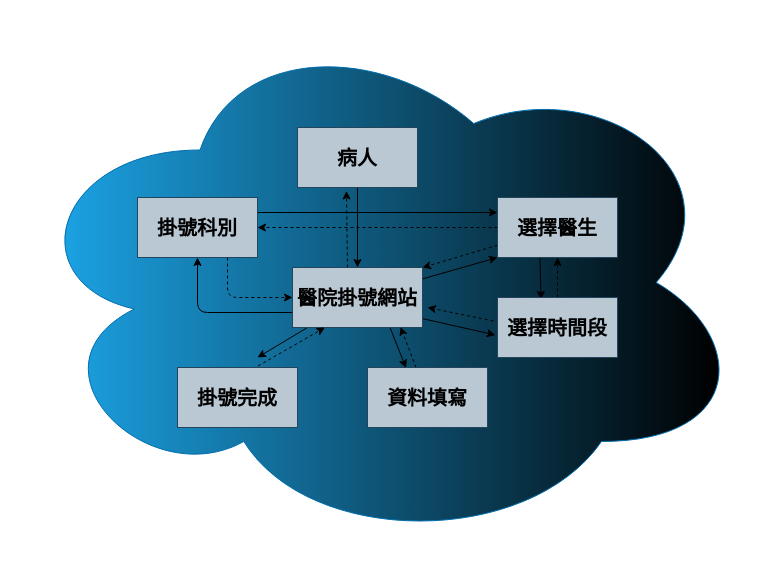
Earlier version of the draw.io diagram answer1.drawio (jijinjl/112-2HW2). Source tidied: cells renumbered, new cells numbered last; positions are measured from the earlier drawing's top-left corner, leaving out a move shared by most shapes. Both pictures are drawn from the tidied source at 100%, with x=0, y=0 at pixel (17, 17).
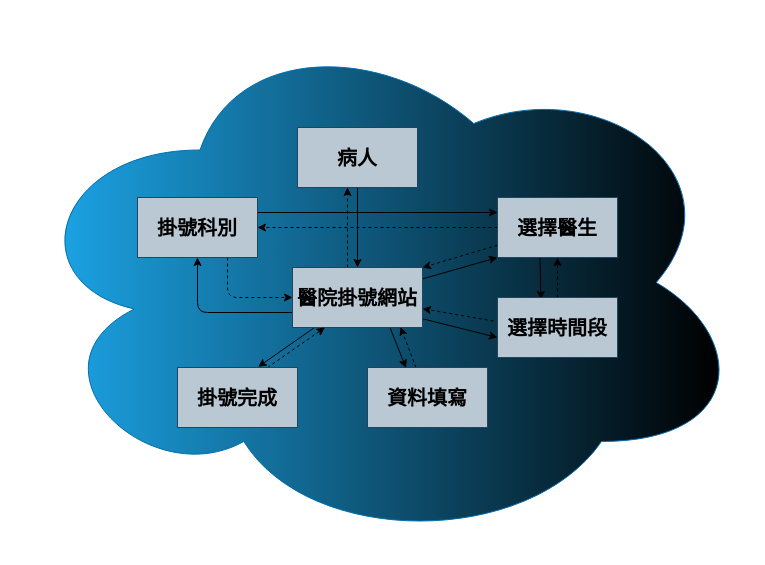
The same page after the edit.

Unchanged cells that the change refers to:
```xml
<mxCell id="4" value="&lt;b&gt;&lt;font color=&quot;#000000&quot; style=&quot;font-size: 20px;&quot;&gt;病人&lt;/font&gt;&lt;/b&gt;" style="rounded=0;whiteSpace=wrap;html=1;gradientDirection=east;fillColor=#bac8d3;strokeColor=#23445d;" parent="1" vertex="1">
  <mxGeometry x="280" y="110" width="120" height="60" as="geometry" />
</mxCell>
<mxCell id="14" value="&lt;b&gt;&lt;font color=&quot;#000000&quot; style=&quot;font-size: 20px;&quot;&gt;選擇時間段&lt;/font&gt;&lt;/b&gt;" style="rounded=0;whiteSpace=wrap;html=1;gradientDirection=east;fillColor=#bac8d3;strokeColor=#23445d;" parent="1" vertex="1">
  <mxGeometry x="480" y="280" width="120" height="60" as="geometry" />
</mxCell>
<mxCell id="21" value="&lt;b&gt;&lt;font color=&quot;#000000&quot; style=&quot;font-size: 20px;&quot;&gt;醫院掛號網站&lt;/font&gt;&lt;/b&gt;" style="rounded=0;whiteSpace=wrap;html=1;gradientDirection=east;fillColor=#bac8d3;strokeColor=#23445d;" parent="1" vertex="1">
  <mxGeometry x="275" y="250" width="130" height="60" as="geometry" />
</mxCell>
<mxCell id="23" value="&lt;b&gt;&lt;font color=&quot;#000000&quot; style=&quot;font-size: 20px;&quot;&gt;掛號完成&lt;/font&gt;&lt;/b&gt;" style="rounded=0;whiteSpace=wrap;html=1;gradientDirection=east;fillColor=#bac8d3;strokeColor=#23445d;" parent="1" vertex="1">
  <mxGeometry x="160" y="350" width="120" height="60" as="geometry" />
</mxCell>
```

The edit, as a diff of the source:
```diff
@@
-    <mxCell id="13" style="edgeStyle=none;html=1;fontSize=20;fontColor=#000000;exitX=-0.033;exitY=0.392;exitDx=0;exitDy=0;exitPerimeter=0;dashed=1;" parent="1" edge="1" source="14">
-      <mxGeometry relative="1" as="geometry">
-        <mxPoint x="410" y="290" as="targetPoint" />
-      </mxGeometry>
+    <mxCell id="13" style="edgeStyle=none;html=1;fontSize=20;fontColor=#000000;exitX=-0.033;exitY=0.392;exitDx=0;exitDy=0;exitPerimeter=0;dashed=1;" parent="1" edge="1" source="14" target="21">
+      <mxGeometry relative="1" as="geometry" />
     </mxCell>
@@
-    <mxCell id="15" style="edgeStyle=none;html=1;entryX=0.408;entryY=1.058;entryDx=0;entryDy=0;fontSize=20;fontColor=#000000;entryPerimeter=0;dashed=1;" parent="1" edge="1" target="4">
+    <mxCell id="15" style="edgeStyle=none;html=1;fontSize=20;fontColor=#000000;dashed=1;" parent="1" edge="1">
       <mxGeometry relative="1" as="geometry">
         <mxPoint x="330" y="250" as="sourcePoint" />
+        <mxPoint x="330" y="170" as="targetPoint" />
       </mxGeometry>
     </mxCell>
-    <mxCell id="16" style="edgeStyle=none;html=1;entryX=-0.017;entryY=0.625;entryDx=0;entryDy=0;fontSize=20;fontColor=#000000;entryPerimeter=0;" parent="1" edge="1" target="14">
+    <mxCell id="16" style="edgeStyle=none;html=1;fontSize=20;fontColor=#000000;" parent="1" edge="1">
       <mxGeometry relative="1" as="geometry">
         <mxPoint x="400" y="300" as="sourcePoint" />
+        <mxPoint x="480" y="320" as="targetPoint" />
       </mxGeometry>
     </mxCell>
@@
-    <mxCell id="20" style="edgeStyle=none;html=1;fontSize=20;fontColor=#000000;" parent="1" edge="1" source="21">
-      <mxGeometry relative="1" as="geometry">
-        <mxPoint x="240" y="340" as="targetPoint" />
-      </mxGeometry>
+    <mxCell id="20" style="edgeStyle=none;html=1;fontSize=20;fontColor=#000000;entryX=0.672;entryY=-0.01;entryDx=0;entryDy=0;entryPerimeter=0;" parent="1" edge="1" source="21" target="23">
+      <mxGeometry relative="1" as="geometry" />
     </mxCell>
@@
-    <mxCell id="22" style="edgeStyle=none;html=1;fontSize=20;fontColor=#000000;exitX=0.671;exitY=-0.025;exitDx=0;exitDy=0;exitPerimeter=0;entryX=0.25;entryY=1;entryDx=0;entryDy=0;dashed=1;" parent="1" edge="1" source="23" target="21">
+    <mxCell id="22" style="edgeStyle=none;html=1;fontSize=20;fontColor=#000000;exitX=0.75;exitY=0;exitDx=0;exitDy=0;entryX=0.25;entryY=1;entryDx=0;entryDy=0;dashed=1;" parent="1" edge="1" source="23" target="21">
       <mxGeometry relative="1" as="geometry" />
     </mxCell>
```
